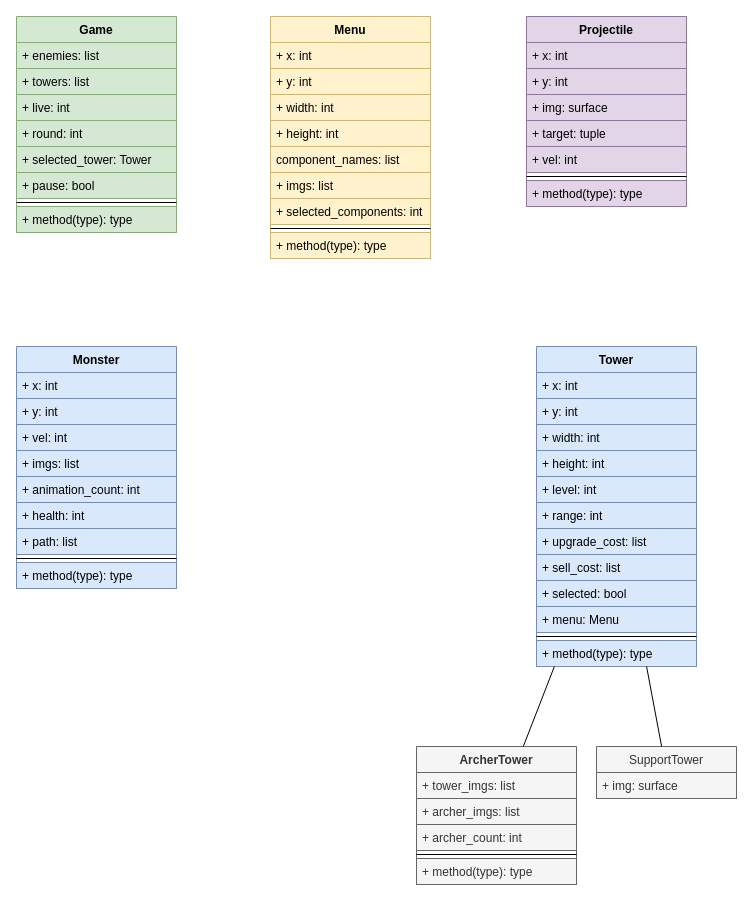
domen-rupnik/TowerDefense keeps this draw.io diagram as TowerDefense.drawio. Above is the earlier version. Source tidied: cells renumbered, new cells numbered last; positions are measured from the earlier drawing's top-left corner, leaving out a move shared by most shapes. Both pictures are drawn from the tidied source at 100%, with x=0, y=0 at pixel (16, 16).
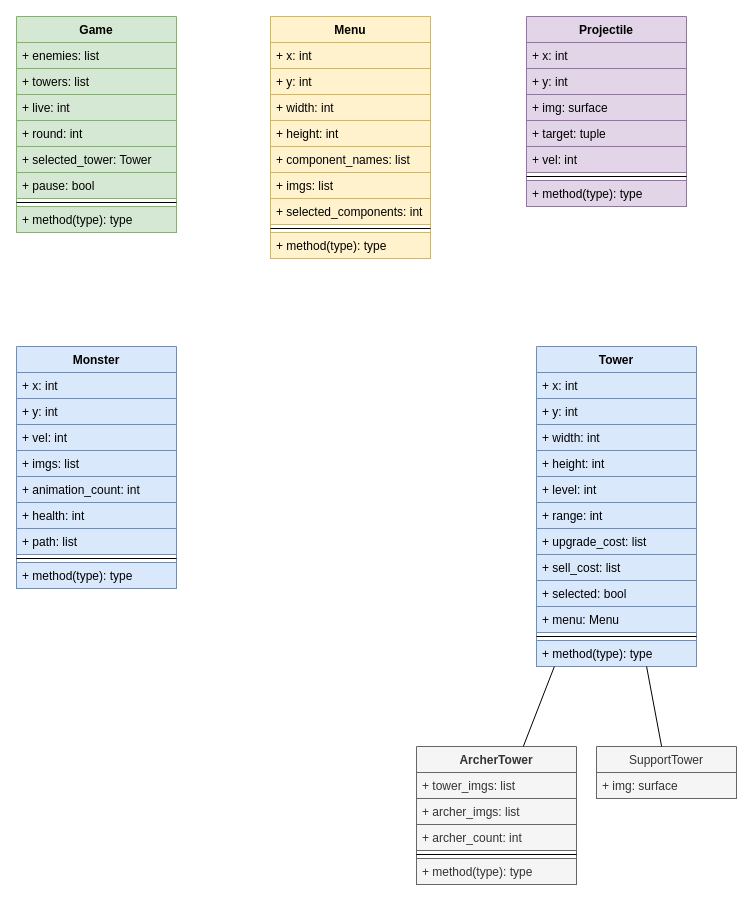
The same page after the edit.

The change refers to these unchanged cells:
```xml
<mxCell id="11" value="Menu" style="swimlane;fontStyle=1;align=center;verticalAlign=top;horizontal=1;startSize=26;fillColor=#fff2cc;strokeColor=#d6b656;" parent="1" vertex="1">
  <mxGeometry x="254" width="160" height="242" as="geometry" />
</mxCell>
```

Diff of the diagram source:
```diff
@@
-    <mxCell id="16" value="component_names: list&#10;" style="text;strokeColor=#d6b656;fillColor=#fff2cc;align=left;verticalAlign=top;spacingLeft=4;spacingRight=4;overflow=hidden;" parent="11" vertex="1">
+    <mxCell id="16" value="+ component_names: list&#10;" style="text;strokeColor=#d6b656;fillColor=#fff2cc;align=left;verticalAlign=top;spacingLeft=4;spacingRight=4;overflow=hidden;" parent="11" vertex="1">
       <mxGeometry y="130" width="160" height="26" as="geometry" />
     </mxCell>
```
